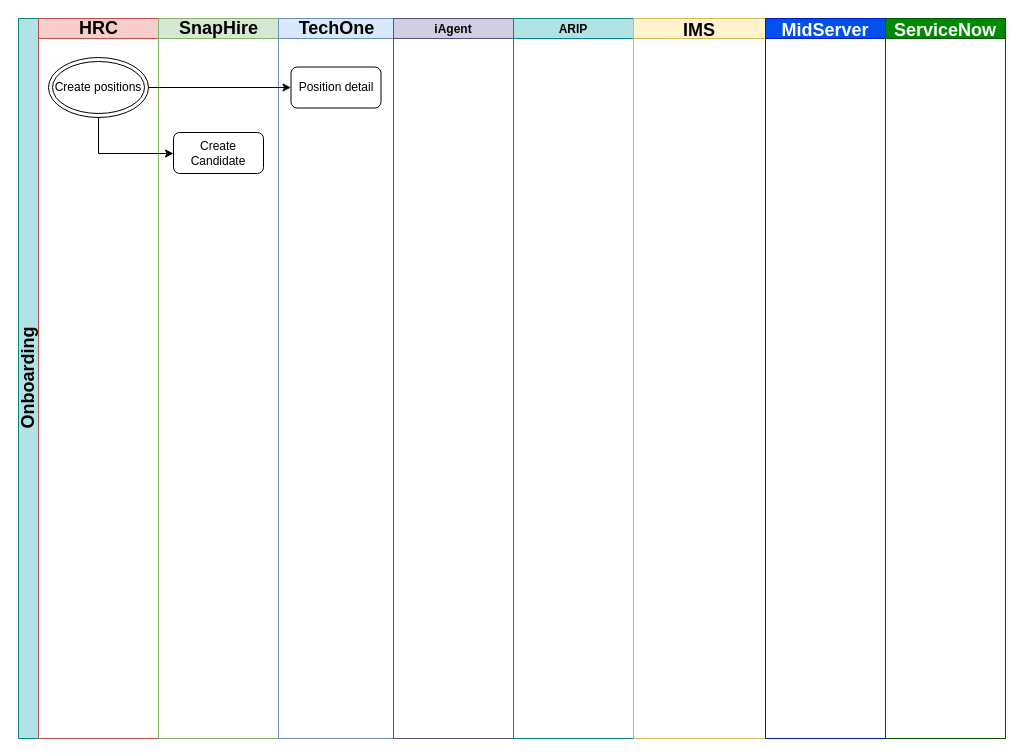
Above: Untitled Diagram.drawio in andrep2208/helloworld (draw.io), before the change. Source tidied: cells renumbered, new cells numbered last; positions are measured from the earlier drawing's top-left corner, leaving out a move shared by most shapes. Both pictures are drawn from the tidied source at 100%, with x=0, y=0 at pixel (18, 18).
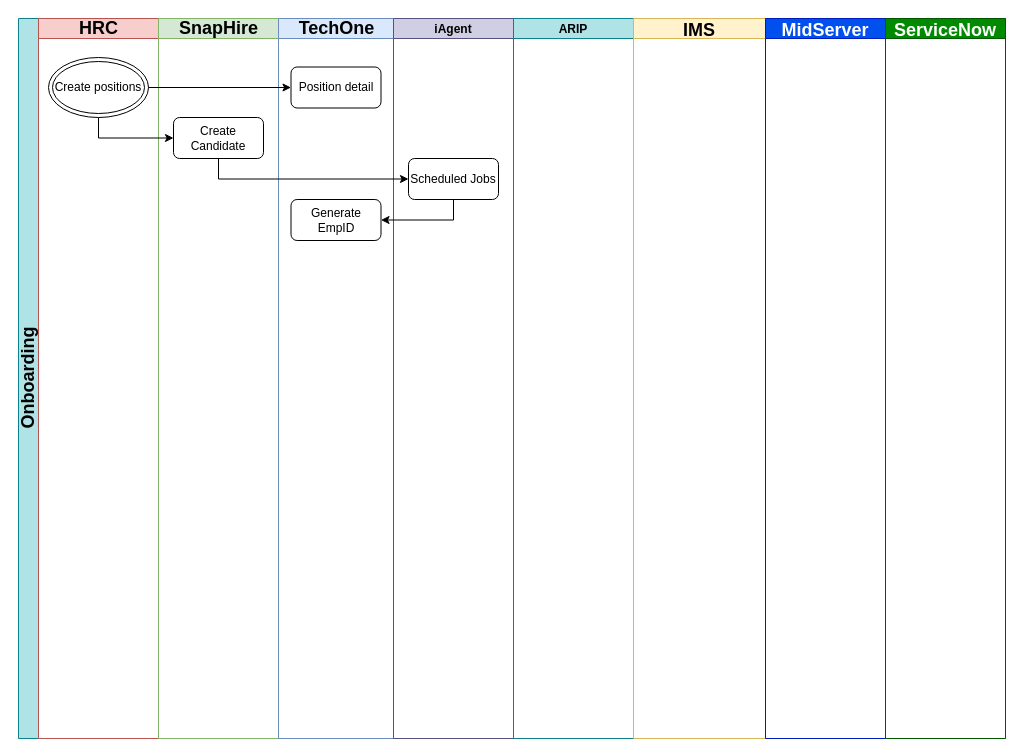
The same diagram, later.

Change to the diagram source:
```diff
@@
 <mxGraphModel background="#ffffff">
   <root>
     <mxCell id="0" />
     <mxCell id="1" parent="0" />
     <mxCell id="2" value="Onboarding" style="swimlane;html=1;startSize=20;horizontal=0;fillColor=#b0e3e6;strokeColor=#0e8088;fontSize=18;" parent="1" vertex="1">
       <mxGeometry width="987" height="720" as="geometry" />
     </mxCell>
     <mxCell id="3" value="HRC" style="swimlane;html=1;startSize=20;fillColor=#f8cecc;strokeColor=#b85450;fontSize=18;" parent="2" vertex="1">
       <mxGeometry x="20" width="120" height="720" as="geometry" />
     </mxCell>
     <mxCell id="4" value="Create positions" style="ellipse;shape=doubleEllipse;whiteSpace=wrap;html=1;fontSize=12;" parent="3" vertex="1">
       <mxGeometry x="10" y="39" width="100" height="60" as="geometry" />
     </mxCell>
     <mxCell id="5" value="SnapHire" style="swimlane;html=1;startSize=20;fillColor=#d5e8d4;strokeColor=#82b366;fontSize=18;" parent="2" vertex="1">
       <mxGeometry x="140" width="120" height="720" as="geometry" />
     </mxCell>
     <mxCell id="6" value="Create Candidate" style="rounded=1;whiteSpace=wrap;html=1;fontSize=12;" parent="5" vertex="1">
-      <mxGeometry x="15" y="114" width="90" height="41" as="geometry" />
+      <mxGeometry x="15" y="99" width="90" height="41" as="geometry" />
     </mxCell>
     <mxCell id="7" value="TechOne" style="swimlane;html=1;startSize=20;fillColor=#dae8fc;strokeColor=#6c8ebf;fontSize=18;" parent="2" vertex="1">
       <mxGeometry x="260" width="115" height="720" as="geometry" />
     </mxCell>
-    <mxCell id="8" value="Position detail" style="rounded=1;whiteSpace=wrap;html=1;fontSize=12;" parent="7" vertex="1">
-      <mxGeometry x="12.5" y="48.5" width="90" height="41" as="geometry" />
+    <mxCell id="8" value="Generate EmpID" style="rounded=1;whiteSpace=wrap;html=1;fontSize=12;" parent="7" vertex="1">
+      <mxGeometry x="12.5" y="181" width="90" height="41" as="geometry" />
     </mxCell>
+    <mxCell id="16" value="Position detail" style="rounded=1;whiteSpace=wrap;html=1;fontSize=12;" parent="7" vertex="1">
+      <mxGeometry x="12.5" y="48.5" width="90" height="41" as="geometry" />
+    </mxCell>
-    <mxCell id="9" style="edgeStyle=orthogonalEdgeStyle;rounded=0;jettySize=auto;html=1;fontSize=12;" parent="2" edge="1" source="4" target="8">
+    <mxCell id="9" style="edgeStyle=orthogonalEdgeStyle;rounded=0;jettySize=auto;html=1;fontSize=12;entryX=0;entryY=0.5;entryDx=0;entryDy=0;" parent="2" edge="1" source="4" target="16">
       <mxGeometry relative="1" as="geometry" />
     </mxCell>
-    <mxCell id="10" style="edgeStyle=orthogonalEdgeStyle;rounded=0;jettySize=auto;html=1;fontSize=12;exitX=0.5;exitY=1;exitDx=0;exitDy=0;" parent="2" edge="1" source="4">
-      <mxGeometry relative="1" as="geometry">
-        <mxPoint x="155" y="135" as="targetPoint" />
-        <Array as="points">
-          <mxPoint x="80" y="135" />
-          <mxPoint x="155" y="135" />
-        </Array>
-      </mxGeometry>
-    </mxCell>
     <mxCell id="11" value="iAgent" style="swimlane;startSize=20;fontSize=12;fillColor=#d0cee2;strokeColor=#56517e;" parent="2" vertex="1">
       <mxGeometry x="375" width="120" height="720" as="geometry" />
     </mxCell>
+    <mxCell id="17" value="Scheduled Jobs" style="rounded=1;whiteSpace=wrap;html=1;fontSize=12;" parent="11" vertex="1">
+      <mxGeometry x="15" y="140" width="90" height="41" as="geometry" />
+    </mxCell>
     <mxCell id="12" value="ARIP" style="swimlane;startSize=20;fontSize=12;fillColor=#b0e3e6;strokeColor=#0e8088;" parent="2" vertex="1">
       <mxGeometry x="495" width="120" height="720" as="geometry" />
     </mxCell>
     <mxCell id="13" value="IMS" style="swimlane;startSize=20;fillColor=#fff2cc;strokeColor=#d6b656;fontSize=18;" parent="2" vertex="1">
       <mxGeometry x="615" width="132" height="720" as="geometry" />
     </mxCell>
     <mxCell id="14" value="MidServer" style="swimlane;startSize=20;fillColor=#0050ef;strokeColor=#001DBC;fontColor=#ffffff;fontSize=18;" parent="2" vertex="1">
       <mxGeometry x="747" width="120" height="720" as="geometry" />
     </mxCell>
     <mxCell id="15" value="ServiceNow" style="swimlane;startSize=20;fillColor=#008a00;strokeColor=#005700;fontColor=#ffffff;fontSize=18;" parent="2" vertex="1">
       <mxGeometry x="867" width="120" height="720" as="geometry" />
     </mxCell>
+    <mxCell id="18" style="edgeStyle=orthogonalEdgeStyle;rounded=0;jettySize=auto;html=1;entryX=0;entryY=0.5;entryDx=0;entryDy=0;fontSize=12;exitX=0.5;exitY=1;exitDx=0;exitDy=0;" parent="2" edge="1" source="4" target="6">
+      <mxGeometry relative="1" as="geometry" />
+    </mxCell>
+    <mxCell id="19" style="edgeStyle=orthogonalEdgeStyle;rounded=0;jettySize=auto;html=1;fontSize=12;exitX=0.5;exitY=1;exitDx=0;exitDy=0;" parent="2" edge="1" source="6" target="17">
+      <mxGeometry relative="1" as="geometry" />
+    </mxCell>
+    <mxCell id="20" style="edgeStyle=orthogonalEdgeStyle;rounded=0;jettySize=auto;html=1;entryX=1;entryY=0.5;entryDx=0;entryDy=0;fontSize=12;exitX=0.5;exitY=1;exitDx=0;exitDy=0;" parent="2" edge="1" source="17" target="8">
+      <mxGeometry relative="1" as="geometry" />
+    </mxCell>
   </root>
 </mxGraphModel>
```
